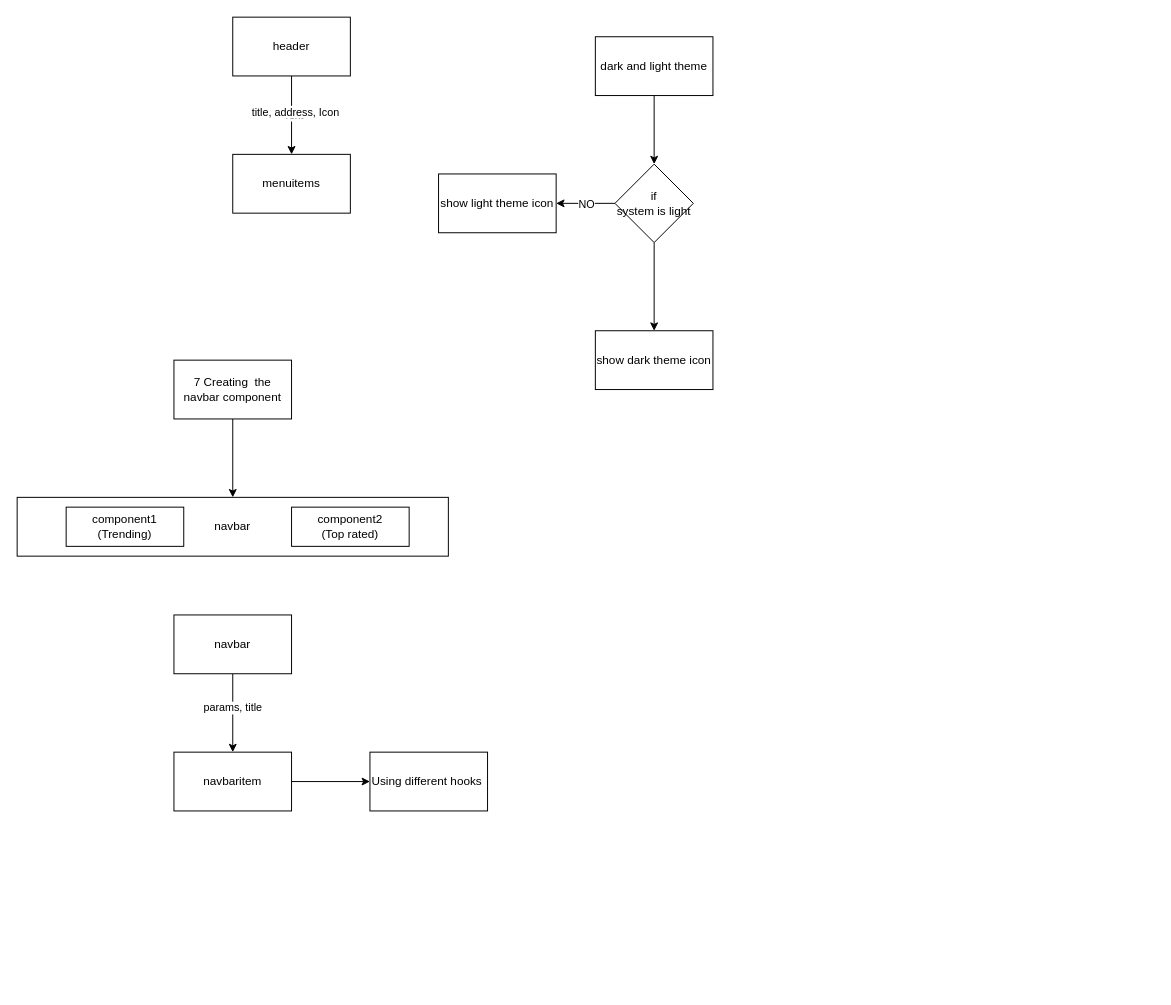
Earlier version of the draw.io diagram projects/Project-IMDB/docs/router.dio (SARSmars/fullstack-portfolio). Source tidied: cells renumbered, new cells numbered last; positions are measured from the earlier drawing's top-left corner, leaving out a move shared by most shapes. Both pictures are drawn from the tidied source at 98%, with x=0, y=0 at pixel (17, 17).
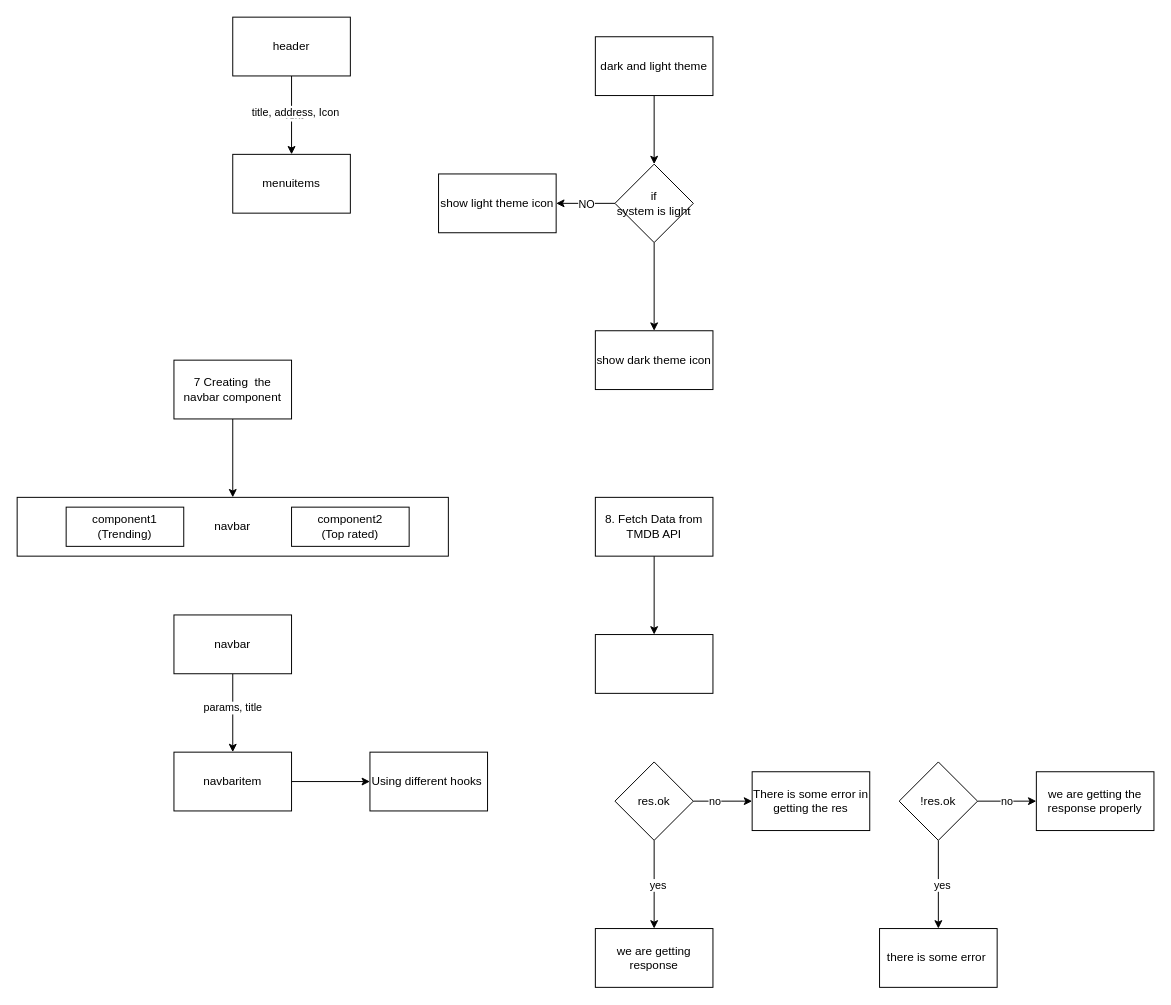
The same diagram, later.

Commit message (it also covers changes not shown here):
fetch data from TMDB API

Change to the diagram source:
```diff
@@
+    <mxCell id="26" style="edgeStyle=none;html=1;" parent="1" edge="1" source="27" target="28">
+      <mxGeometry relative="1" as="geometry" />
+    </mxCell>
+    <mxCell id="27" value="8. Fetch Data from TMDB API" style="whiteSpace=wrap;html=1;" parent="1" vertex="1">
+      <mxGeometry x="590" y="490" width="120" height="60" as="geometry" />
+    </mxCell>
+    <mxCell id="28" style="whiteSpace=wrap;html=1;" parent="1" vertex="1">
+      <mxGeometry x="590" y="630" width="120" height="60" as="geometry" />
+    </mxCell>
+    <mxCell id="29" style="edgeStyle=none;html=1;" parent="1" edge="1" source="33" target="34">
+      <mxGeometry relative="1" as="geometry" />
+    </mxCell>
+    <mxCell id="30" value="yes" style="edgeLabel;html=1;align=center;verticalAlign=middle;" parent="29" vertex="1">
+      <mxGeometry y="3" relative="1" as="geometry" />
+    </mxCell>
+    <mxCell id="31" style="edgeStyle=none;html=1;" parent="1" edge="1" source="33" target="35">
+      <mxGeometry relative="1" as="geometry" />
+    </mxCell>
+    <mxCell id="32" value="no" style="edgeLabel;html=1;align=center;verticalAlign=middle;" parent="31" vertex="1">
+      <mxGeometry x="-0.31" y="1" relative="1" as="geometry" />
+    </mxCell>
+    <mxCell id="33" value="res.ok" style="rhombus;whiteSpace=wrap;html=1;" parent="1" vertex="1">
+      <mxGeometry x="610" y="760" width="80" height="80" as="geometry" />
+    </mxCell>
+    <mxCell id="34" value="we are getting response" style="whiteSpace=wrap;html=1;" parent="1" vertex="1">
+      <mxGeometry x="590" y="930" width="120" height="60" as="geometry" />
+    </mxCell>
+    <mxCell id="35" value="There is some error in getting the res" style="whiteSpace=wrap;html=1;" parent="1" vertex="1">
+      <mxGeometry x="750" y="770" width="120" height="60" as="geometry" />
+    </mxCell>
+    <mxCell id="36" style="edgeStyle=none;html=1;" parent="1" edge="1" source="40" target="41">
+      <mxGeometry relative="1" as="geometry" />
+    </mxCell>
+    <mxCell id="37" value="yes" style="edgeLabel;html=1;align=center;verticalAlign=middle;" parent="36" vertex="1">
+      <mxGeometry y="3" relative="1" as="geometry" />
+    </mxCell>
+    <mxCell id="38" style="edgeStyle=none;html=1;" parent="1" edge="1" source="40" target="42">
+      <mxGeometry relative="1" as="geometry" />
+    </mxCell>
+    <mxCell id="39" value="no" style="edgeLabel;html=1;align=center;verticalAlign=middle;" parent="38" vertex="1">
+      <mxGeometry x="-0.04" y="1" relative="1" as="geometry" />
+    </mxCell>
+    <mxCell id="40" value="!res.ok" style="rhombus;whiteSpace=wrap;html=1;" parent="1" vertex="1">
+      <mxGeometry x="900" y="760" width="80" height="80" as="geometry" />
+    </mxCell>
+    <mxCell id="41" value="there is some error&amp;nbsp;" style="whiteSpace=wrap;html=1;" parent="1" vertex="1">
+      <mxGeometry x="880" y="930" width="120" height="60" as="geometry" />
+    </mxCell>
+    <mxCell id="42" value="we are getting the response properly" style="whiteSpace=wrap;html=1;" parent="1" vertex="1">
+      <mxGeometry x="1040" y="770" width="120" height="60" as="geometry" />
+    </mxCell>
```
